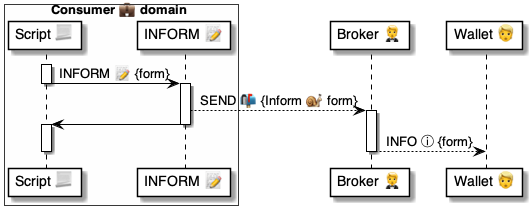
Above: 4 ⚙️ Solution/41 🎭 Domain Roles/Consumers 💼/💼⌘ Consumer cmds/INFORM 📝/📝 INFORM ⚙️ uml.png in pollyweb-org/pollyweb-docs (PlantUML), before the change. Its source is kept beside it as 4 ⚙️ Solution/41 🎭 Domain Roles/Consumers 💼/💼⌘ Consumer cmds/INFORM 📝/📝 INFORM ⚙️ uml.puml.
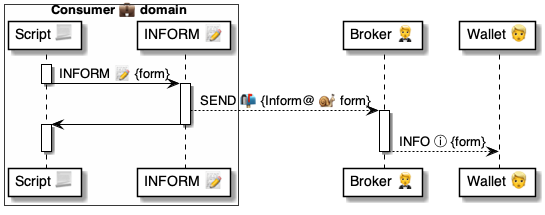
The same file after the commit.

Diff of the diagram source:
```diff
@@ -13,7 +13,7 @@
 deactivate script
 
 activate talker
-    talker --> broker: SEND 📬 {Inform 🐌 form}
+    talker --> broker: SEND 📬 {Inform@ 🐌 form}
     activate broker
     talker -> script:
 deactivate talker
```
